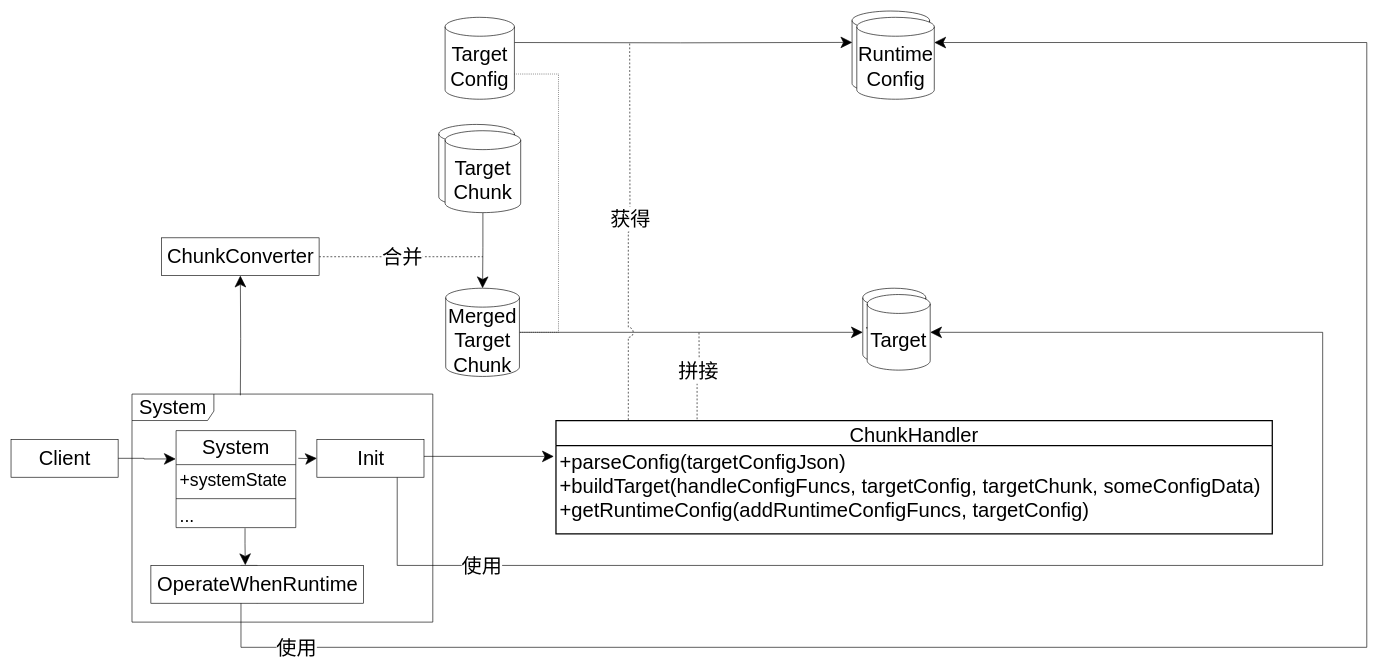
yyc-git/3DProgramPattern keeps this draw.io diagram as packages/拼接模式/role_abstract/role_abstract.drawio. Above is the earlier version. Source tidied: cells renumbered, new cells numbered last; positions are measured from the earlier drawing's top-left corner, leaving out a move shared by most shapes. Both pictures are drawn from the tidied source at 63%, with x=0, y=0 at pixel (11, 11).
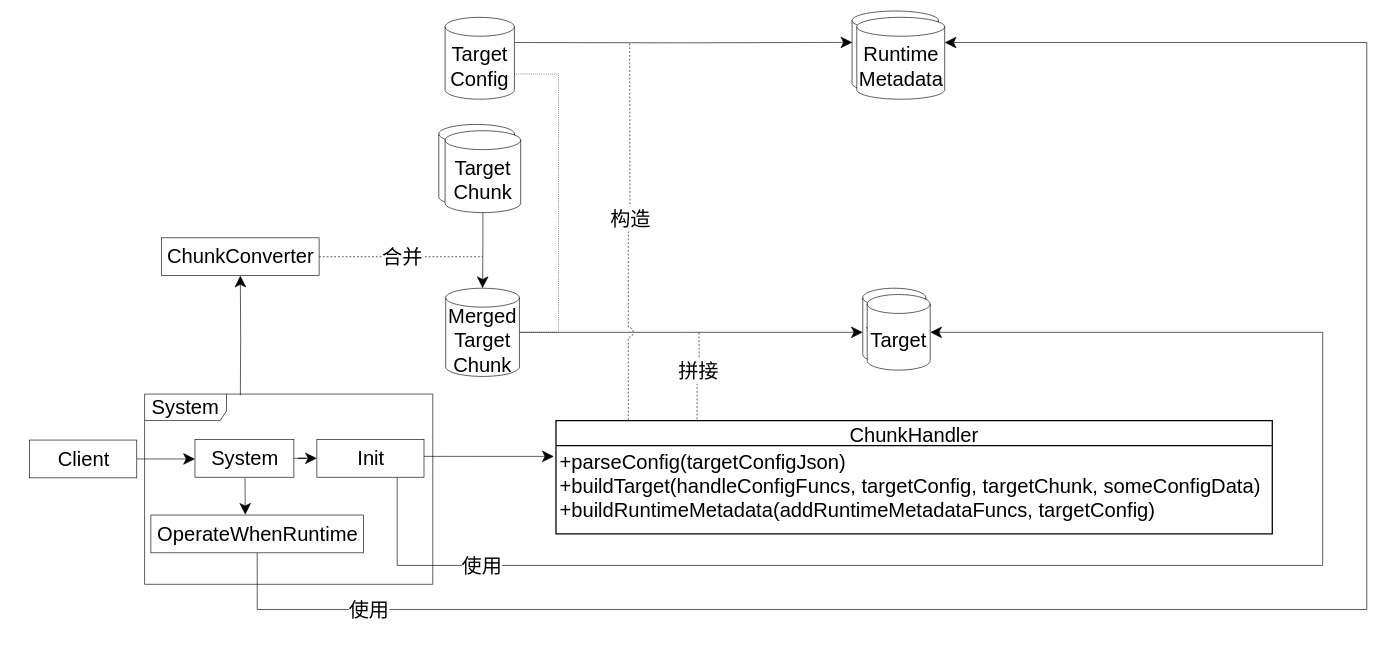
After the change.

Unchanged cells that the change refers to:
```xml
<mxCell id="4" value="ChunkHandler" style="swimlane;horizontal=1;startSize=40;rounded=0;fontSize=32;fontStyle=0;strokeWidth=2;shadow=0;dashed=0;align=center;" parent="1" vertex="1">
  <mxGeometry x="865" y="650" width="1137" height="180" as="geometry" />
</mxCell>
<mxCell id="24" style="edgeStyle=orthogonalEdgeStyle;rounded=0;jettySize=auto;html=1;endArrow=none;endFill=0;startSize=16;endSize=16;exitX=0.101;exitY=-0.004;exitDx=0;exitDy=0;exitPerimeter=0;dashed=1;jumpStyle=arc;jumpSize=16;" parent="1" edge="1" source="4">
  <mxGeometry relative="1" as="geometry">
    <mxPoint x="982" y="50" as="targetPoint" />
  </mxGeometry>
</mxCell>
<mxCell id="34" value="Init" style="html=1;fontSize=32;" parent="1" vertex="1">
  <mxGeometry x="485.5" y="680" width="170" height="60" as="geometry" />
</mxCell>
```

Diff of the diagram source:
```diff
@@
     <mxCell id="2" value="&lt;font&gt;&lt;span style=&quot;font-size: 32px&quot;&gt;&lt;br&gt;&lt;/span&gt;&lt;/font&gt;" style="shape=cylinder3;whiteSpace=wrap;html=1;boundedLbl=1;backgroundOutline=1;size=15;" parent="1" vertex="1">
-      <mxGeometry x="1335" width="123" height="130" as="geometry" />
+      <mxGeometry x="1335" width="137" height="130" as="geometry" />
     </mxCell>
@@
-    <mxCell id="5" value="+parseConfig(targetConfigJson)&#10;+buildTarget(handleConfigFuncs, targetConfig, targetChunk, someConfigData)&#10;+getRuntimeConfig(addRuntimeConfigFuncs, targetConfig)" style="align=left;strokeColor=none;fillColor=none;spacingLeft=4;fontSize=32;verticalAlign=top;" parent="4" vertex="1">
+    <mxCell id="5" value="+parseConfig(targetConfigJson)&#10;+buildTarget(handleConfigFuncs, targetConfig, targetChunk, someConfigData)&#10;+buildRuntimeMetadata(addRuntimeMetadataFuncs, targetConfig)" style="align=left;strokeColor=none;fillColor=none;spacingLeft=4;fontSize=32;verticalAlign=top;" parent="4" vertex="1">
       <mxGeometry y="40" width="1137" height="140" as="geometry" />
     </mxCell>
     <mxCell id="6" value="&lt;font style=&quot;font-size: 32px&quot;&gt;System&lt;/font&gt;" style="shape=umlFrame;whiteSpace=wrap;html=1;width=130;height=42;fontSize=32;" parent="1" vertex="1">
-      <mxGeometry x="192" y="608" width="477.5" height="362" as="geometry" />
+      <mxGeometry x="212" y="608" width="457.5" height="302" as="geometry" />
     </mxCell>
@@
-    <mxCell id="8" style="edgeStyle=orthogonalEdgeStyle;rounded=0;jettySize=auto;html=1;startSize=16;endSize=16;entryX=-0.003;entryY=0.292;entryDx=0;entryDy=0;entryPerimeter=0;" parent="1" edge="1" source="9" target="36">
-      <mxGeometry relative="1" as="geometry" />
+    <mxCell id="8" style="edgeStyle=orthogonalEdgeStyle;rounded=0;jettySize=auto;html=1;startSize=16;endSize=16;entryX=-0.003;entryY=0.292;entryDx=0;entryDy=0;entryPerimeter=0;" parent="1" edge="1" source="9">
+      <mxGeometry relative="1" as="geometry">
+        <mxPoint x="292" y="711" as="targetPoint" />
+      </mxGeometry>
     </mxCell>
     <mxCell id="9" value="Client" style="html=1;fontSize=32;" parent="1" vertex="1">
-      <mxGeometry y="680" width="170" height="60" as="geometry" />
+      <mxGeometry x="29.6" y="681" width="170" height="60" as="geometry" />
     </mxCell>
@@
     <mxCell id="14" style="edgeStyle=orthogonalEdgeStyle;rounded=0;jumpStyle=arc;jumpSize=22;jettySize=auto;html=1;entryX=1;entryY=0;entryDx=0;entryDy=40;entryPerimeter=0;endArrow=classic;endFill=1;startSize=16;endSize=16;exitX=0.5;exitY=1;exitDx=0;exitDy=0;" parent="1" edge="1" source="35" target="30">
       <mxGeometry relative="1" as="geometry">
         <Array as="points">
-          <mxPoint x="365" y="880" />
-          <mxPoint x="365" y="1010" />
-          <mxPoint x="2152" y="1010" />
+          <mxPoint x="391" y="950" />
+          <mxPoint x="2152" y="950" />
           <mxPoint x="2152" y="50" />
         </Array>
       </mxGeometry>
     </mxCell>
@@
-    <mxCell id="25" value="&lt;font style=&quot;font-size: 32px&quot;&gt;获得&lt;/font&gt;" style="edgeLabel;html=1;align=center;verticalAlign=middle;" parent="24" vertex="1">
+    <mxCell id="25" value="&lt;font style=&quot;font-size: 32px&quot;&gt;构造&lt;/font&gt;" style="edgeLabel;html=1;align=center;verticalAlign=middle;" parent="24" vertex="1">
       <mxGeometry x="0.07" relative="1" as="geometry" />
     </mxCell>
@@
-    <mxCell id="30" value="&lt;font&gt;&lt;span style=&quot;font-size: 32px&quot;&gt;Runtime&lt;br&gt;Config&lt;br&gt;&lt;/span&gt;&lt;/font&gt;" style="shape=cylinder3;whiteSpace=wrap;html=1;boundedLbl=1;backgroundOutline=1;size=15;" parent="1" vertex="1">
-      <mxGeometry x="1342.5" y="10" width="123" height="130" as="geometry" />
+    <mxCell id="30" value="&lt;font&gt;&lt;span style=&quot;font-size: 32px&quot;&gt;Runtime&lt;br&gt;Metadata&lt;br&gt;&lt;/span&gt;&lt;/font&gt;" style="shape=cylinder3;whiteSpace=wrap;html=1;boundedLbl=1;backgroundOutline=1;size=15;" parent="1" vertex="1">
+      <mxGeometry x="1342.5" y="10" width="139.5" height="130" as="geometry" />
     </mxCell>
@@
-    <mxCell id="32" style="edgeStyle=orthogonalEdgeStyle;rounded=0;jettySize=auto;html=1;endSize=16;startSize=16;" parent="1" edge="1" target="34">
-      <mxGeometry relative="1" as="geometry">
-        <mxPoint x="456" y="710" as="sourcePoint" />
-      </mxGeometry>
+    <mxCell id="32" style="edgeStyle=orthogonalEdgeStyle;rounded=0;jettySize=auto;html=1;endSize=16;startSize=16;exitX=1;exitY=0.5;exitDx=0;exitDy=0;" parent="1" edge="1" source="36" target="34">
+      <mxGeometry relative="1" as="geometry" />
     </mxCell>
-    <mxCell id="33" style="edgeStyle=orthogonalEdgeStyle;rounded=0;jettySize=auto;html=1;endSize=16;startSize=16;exitX=0.576;exitY=1.024;exitDx=0;exitDy=0;exitPerimeter=0;entryX=0.444;entryY=-0.007;entryDx=0;entryDy=0;entryPerimeter=0;" parent="1" edge="1" source="39" target="35">
-      <mxGeometry relative="1" as="geometry" />
+    <mxCell id="33" style="edgeStyle=orthogonalEdgeStyle;rounded=0;jettySize=auto;html=1;endSize=16;startSize=16;exitX=0.576;exitY=1.024;exitDx=0;exitDy=0;exitPerimeter=0;entryX=0.444;entryY=-0.007;entryDx=0;entryDy=0;entryPerimeter=0;" parent="1" edge="1" target="35">
+      <mxGeometry relative="1" as="geometry">
+        <mxPoint x="371.4" y="741" as="sourcePoint" />
+      </mxGeometry>
     </mxCell>
@@
     <mxCell id="35" value="OperateWhenRuntime" style="html=1;fontSize=32;" parent="1" vertex="1">
-      <mxGeometry x="222" y="880" width="337.5" height="60" as="geometry" />
+      <mxGeometry x="222" y="800" width="337.5" height="60" as="geometry" />
     </mxCell>
-    <mxCell id="36" value="System" style="swimlane;fontStyle=0;align=center;verticalAlign=top;horizontal=1;startSize=54;fontSize=32;" parent="1" vertex="1">
-      <mxGeometry x="262" y="666" width="190" height="154" as="geometry" />
+    <mxCell id="36" value="System" style="html=1;fontSize=32;" parent="1" vertex="1">
+      <mxGeometry x="292" y="680" width="157" height="60" as="geometry" />
     </mxCell>
-    <mxCell id="37" value="+systemState" style="text;strokeColor=none;fillColor=none;align=left;verticalAlign=top;spacingLeft=4;spacingRight=4;overflow=hidden;fontSize=28;" parent="36" vertex="1">
-      <mxGeometry y="54" width="190" height="50" as="geometry" />
-    </mxCell>
-    <mxCell id="38" style="line;strokeWidth=1;fillColor=none;align=left;verticalAlign=middle;spacingTop=-1;spacingLeft=3;spacingRight=3;labelPosition=right;" parent="36" vertex="1">
-      <mxGeometry y="104" width="190" height="8" as="geometry" />
-    </mxCell>
-    <mxCell id="39" value="..." style="text;strokeColor=none;fillColor=none;align=left;verticalAlign=top;spacingLeft=4;spacingRight=4;overflow=hidden;points=[[0,0.5],[1,0.5]];portConstraint=eastwest;fontSize=28;" parent="36" vertex="1">
-      <mxGeometry y="112" width="190" height="42" as="geometry" />
-    </mxCell>
```
